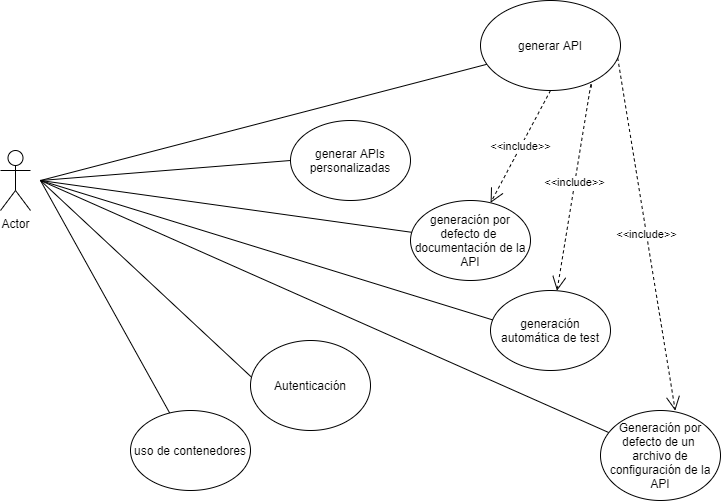
Earlier version of the draw.io export Documentos/Diagramas/casos_de_uso.png (AISS-2021-L6-G02/AISS-2021-L6-G02). Source tidied: cells renumbered, new cells last; positions are measured from the earlier drawing's top-left corner, leaving out a move shared by most shapes. Source of this version:
```xml
<mxGraphModel>
  <root>
    <mxCell id="0" />
    <mxCell id="1" parent="0" />
    <mxCell id="2" value="Actor" style="shape=umlActor;verticalLabelPosition=bottom;verticalAlign=top;html=1;" parent="1" vertex="1">
      <mxGeometry y="150" width="30" height="60" as="geometry" />
    </mxCell>
    <mxCell id="3" value="generar API" style="ellipse;whiteSpace=wrap;html=1;" parent="1" vertex="1">
      <mxGeometry x="480" width="140" height="90" as="geometry" />
    </mxCell>
    <mxCell id="4" value="generar APIs personalizadas" style="ellipse;whiteSpace=wrap;html=1;" parent="1" vertex="1">
      <mxGeometry x="290" y="120" width="120" height="80" as="geometry" />
    </mxCell>
    <mxCell id="5" value="generación automática de test" style="ellipse;whiteSpace=wrap;html=1;" parent="1" vertex="1">
      <mxGeometry x="490" y="290" width="120" height="80" as="geometry" />
    </mxCell>
    <mxCell id="6" style="endArrow=none;html=1;" parent="1" edge="1" target="7">
      <mxGeometry relative="1" as="geometry">
        <mxPoint x="40" y="180" as="sourcePoint" />
      </mxGeometry>
    </mxCell>
    <mxCell id="7" value="generación por defecto de&amp;nbsp; documentación de la API" style="ellipse;whiteSpace=wrap;html=1;" parent="1" vertex="1">
      <mxGeometry x="410" y="200" width="120" height="80" as="geometry" />
    </mxCell>
    <mxCell id="8" style="endArrow=none;html=1;" parent="1" edge="1" source="9">
      <mxGeometry relative="1" as="geometry">
        <mxPoint x="40" y="180" as="targetPoint" />
      </mxGeometry>
    </mxCell>
    <mxCell id="9" value="Generación por defecto de un&amp;nbsp; archivo de configuración de la API" style="ellipse;whiteSpace=wrap;html=1;" parent="1" vertex="1">
      <mxGeometry x="600" y="410" width="120" height="90" as="geometry" />
    </mxCell>
    <mxCell id="10" style="endArrow=none;html=1;" parent="1" edge="1" source="11">
      <mxGeometry relative="1" as="geometry">
        <mxPoint x="40" y="180" as="targetPoint" />
      </mxGeometry>
    </mxCell>
    <mxCell id="11" value="uso de contenedores" style="ellipse;whiteSpace=wrap;html=1;" parent="1" vertex="1">
      <mxGeometry x="130" y="410" width="120" height="80" as="geometry" />
    </mxCell>
    <mxCell id="12" style="endArrow=none;html=1;entryX=0;entryY=0.5;entryDx=0;entryDy=0;" parent="1" edge="1" target="4">
      <mxGeometry relative="1" as="geometry">
        <mxPoint x="40" y="180" as="sourcePoint" />
      </mxGeometry>
    </mxCell>
    <mxCell id="13" style="endArrow=none;html=1;entryX=0.045;entryY=0.709;entryDx=0;entryDy=0;entryPerimeter=0;" parent="1" edge="1" target="3">
      <mxGeometry relative="1" as="geometry">
        <mxPoint x="40" y="180" as="sourcePoint" />
      </mxGeometry>
    </mxCell>
    <mxCell id="14" style="endArrow=none;html=1;entryX=0.019;entryY=0.368;entryDx=0;entryDy=0;entryPerimeter=0;" parent="1" edge="1" target="5">
      <mxGeometry relative="1" as="geometry">
        <mxPoint x="40" y="180" as="sourcePoint" />
      </mxGeometry>
    </mxCell>
    <mxCell id="15" style="endArrow=none;html=1;exitX=0.02;exitY=0.422;exitDx=0;exitDy=0;exitPerimeter=0;" parent="1" edge="1" source="16">
      <mxGeometry relative="1" as="geometry">
        <mxPoint x="40" y="180" as="targetPoint" />
      </mxGeometry>
    </mxCell>
    <mxCell id="16" value="Autenticación" style="ellipse;whiteSpace=wrap;html=1;" parent="1" vertex="1">
      <mxGeometry x="250" y="340" width="120" height="90" as="geometry" />
    </mxCell>
    <mxCell id="17" value="&amp;lt;&amp;lt;include&amp;gt;&amp;gt;" style="endArrow=open;endSize=12;dashed=1;html=1;exitX=0.5;exitY=1;exitDx=0;exitDy=0;" parent="1" edge="1" source="3" target="7">
      <mxGeometry relative="1" as="geometry" />
    </mxCell>
    <mxCell id="18" value="&amp;lt;&amp;lt;include&amp;gt;&amp;gt;" style="endArrow=open;endSize=12;dashed=1;html=1;exitX=0.791;exitY=0.967;exitDx=0;exitDy=0;exitPerimeter=0;" parent="1" edge="1" source="3" target="5">
      <mxGeometry relative="1" as="geometry">
        <Array as="points">
          <mxPoint x="591" y="80" />
        </Array>
      </mxGeometry>
    </mxCell>
    <mxCell id="19" value="&amp;lt;&amp;lt;include&amp;gt;&amp;gt;" style="endArrow=open;endSize=12;dashed=1;html=1;entryX=0.623;entryY=0.002;entryDx=0;entryDy=0;entryPerimeter=0;exitX=0.98;exitY=0.638;exitDx=0;exitDy=0;exitPerimeter=0;" parent="1" edge="1" source="3" target="9">
      <mxGeometry relative="1" as="geometry" />
    </mxCell>
  </root>
</mxGraphModel>
```
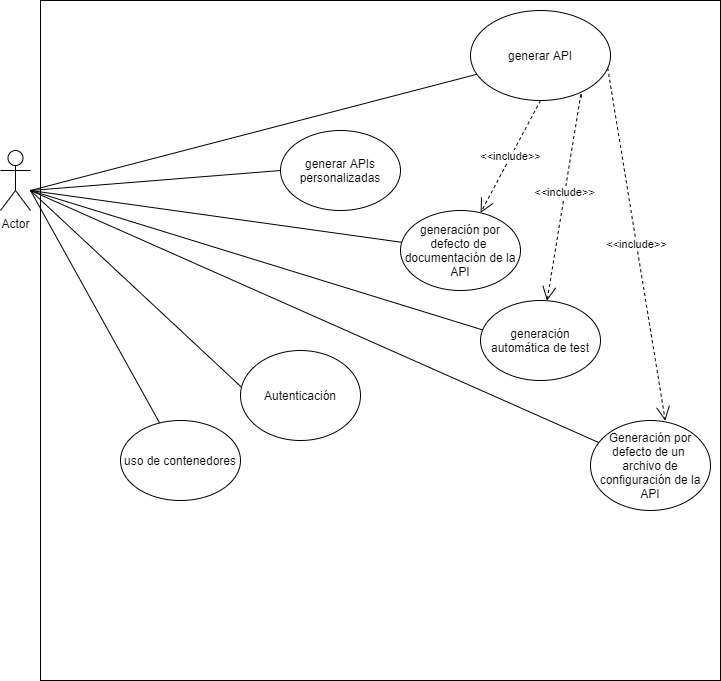
The same diagram one commit later.

Commit message:
actualización imagen presentación

The edit, as a diff of the source:
```diff
@@ -2,8 +2,11 @@
   <root>
     <mxCell id="0" />
     <mxCell id="1" parent="0" />
+    <mxCell id="20" style="whiteSpace=wrap;html=1;" parent="1" vertex="1">
+      <mxGeometry x="50" y="-10" width="680" height="680" as="geometry" />
+    </mxCell>
     <mxCell id="2" value="Actor" style="shape=umlActor;verticalLabelPosition=bottom;verticalAlign=top;html=1;" parent="1" vertex="1">
-      <mxGeometry y="150" width="30" height="60" as="geometry" />
+      <mxGeometry x="10" y="140" width="30" height="60" as="geometry" />
     </mxCell>
     <mxCell id="3" value="generar API" style="ellipse;whiteSpace=wrap;html=1;" parent="1" vertex="1">
       <mxGeometry x="480" width="140" height="90" as="geometry" />
```
